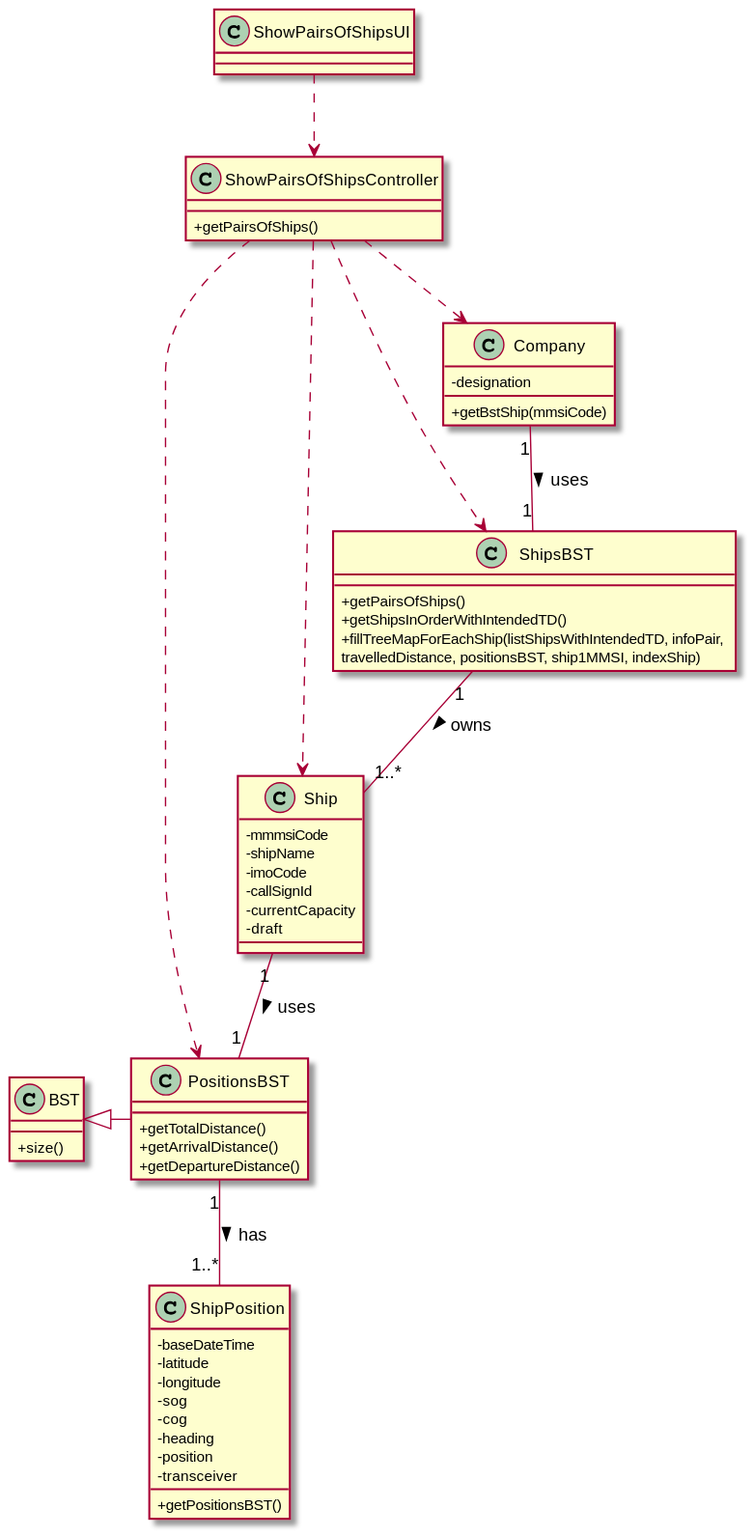
This is docs/US107/US107_CD.svg from ana-albergaria/LAPR3-ISEP, a PlantUML export, as it was before one commit.
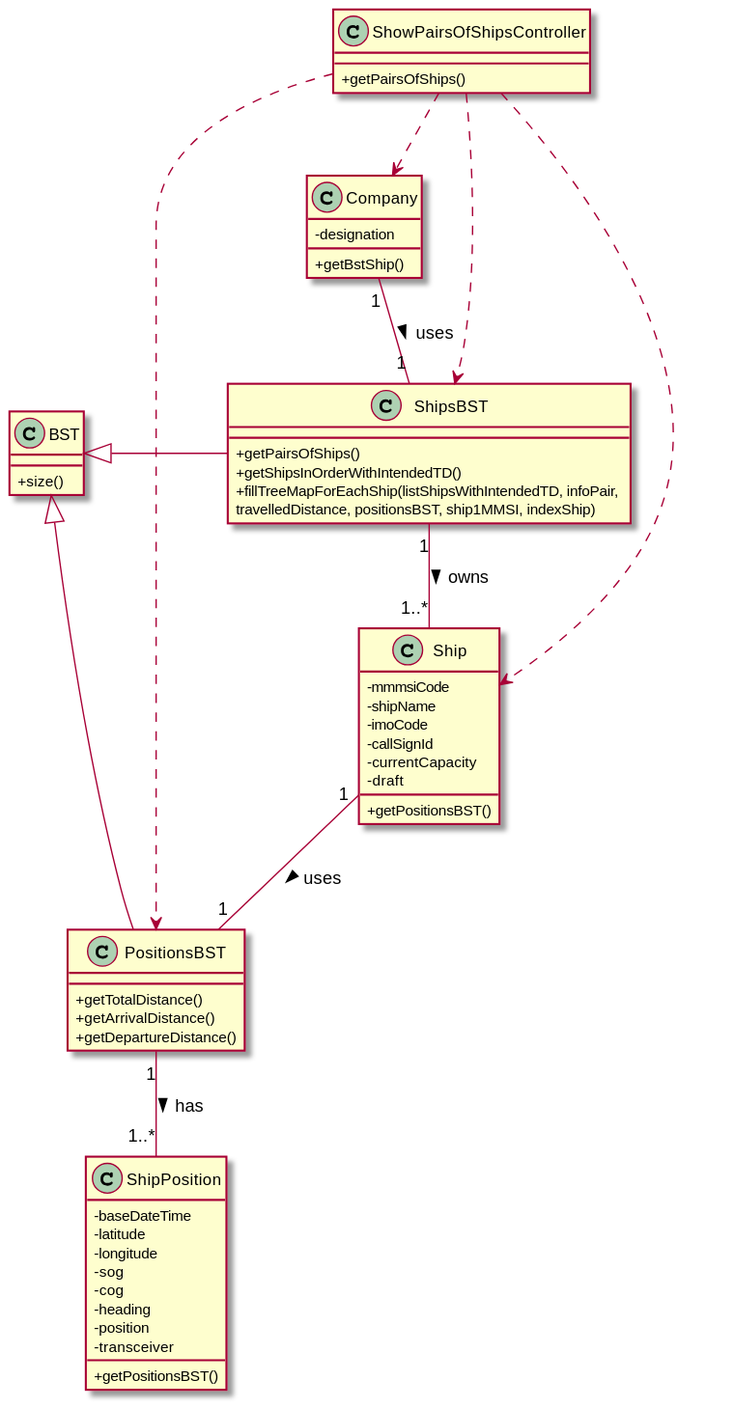
The same file after the commit.

Change to the diagram source:
```diff
@@ -10,6 +10,7 @@
     -callSignId
     -currentCapacity /'added by us'/
     -draft
+    +getPositionsBST()
 }
 
 class ShipPosition {
@@ -36,7 +37,6 @@
     +getDepartureDistance()
 }
 
-class ShowPairsOfShipsUI {}
 
 class ShowPairsOfShipsController {
     +getPairsOfShips()
@@ -44,7 +44,7 @@
 
 class Company {
     -designation
-    +getBstShip(mmsiCode)
+    +getBstShip()
 }
 
 class BST {
@@ -56,12 +56,12 @@
 ShipsBST "1" -- "1..*" Ship : owns >
 Ship "1" -- "1" PositionsBST : uses >
 PositionsBST "1" -- "1..*" ShipPosition : has >
-ShowPairsOfShipsUI ..> ShowPairsOfShipsController
 ShowPairsOfShipsController ..> Company
 ShowPairsOfShipsController ..> ShipsBST
 ShowPairsOfShipsController ..> Ship
 ShowPairsOfShipsController ..> PositionsBST
 
 BST <|- PositionsBST
+BST <|- ShipsBST
 
 @enduml
```
